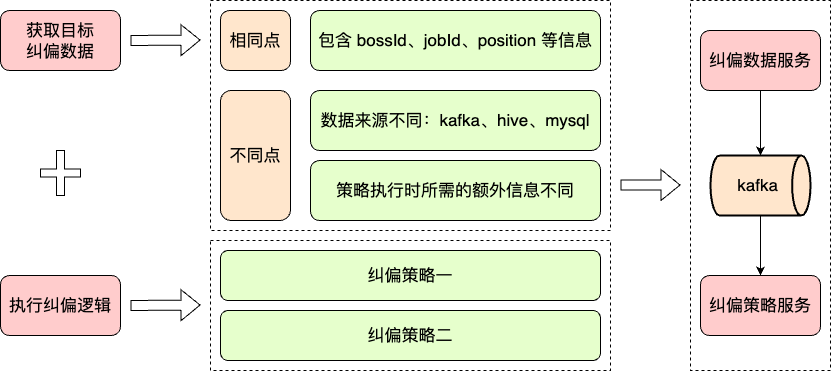
The draw.io diagram work-draw-file/纠偏之支持不同的纠偏策略.png in liujunao/draw-data, before a commit. Source tidied: cells renumbered, new cells last; positions are measured from the earlier drawing's top-left corner, leaving out a move shared by most shapes.
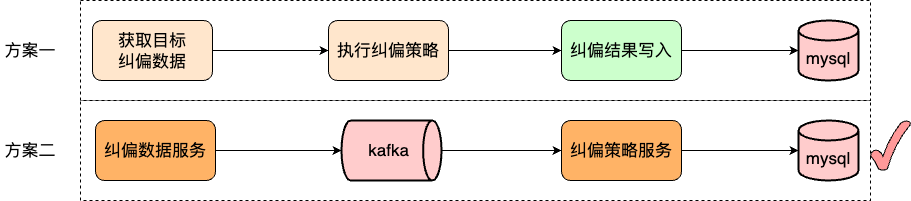
The same diagram one commit later.

Commit message:
更新纠偏之支持不同的纠偏策略.png

What changed in the source:
```diff
@@ -2,77 +2,62 @@
   <root>
     <mxCell id="0" />
     <mxCell id="1" parent="0" />
-    <mxCell id="2" style="rounded=0;whiteSpace=wrap;html=1;dashed=1;" parent="1" vertex="1">
-      <mxGeometry x="210" y="240" width="400" height="130" as="geometry" />
-    </mxCell>
+    <mxCell id="23" style="rounded=0;whiteSpace=wrap;html=1;dashed=1;" parent="1" vertex="1">
+      <mxGeometry x="80" y="50" width="790" height="100" as="geometry" />
+    </mxCell>
     <mxCell id="3" style="rounded=0;whiteSpace=wrap;html=1;dashed=1;" parent="1" vertex="1">
-      <mxGeometry x="690" width="140" height="370" as="geometry" />
+      <mxGeometry x="80" y="-50" width="790" height="100" as="geometry" />
     </mxCell>
-    <mxCell id="4" style="rounded=0;whiteSpace=wrap;html=1;dashed=1;" parent="1" vertex="1">
-      <mxGeometry x="210" width="400" height="230" as="geometry" />
-    </mxCell>
-    <mxCell id="5" value="&lt;font size=&quot;3&quot;&gt;获取目标&lt;br&gt;纠偏数据&lt;/font&gt;" style="rounded=1;whiteSpace=wrap;html=1;fillColor=#FFCCCC;" parent="1" vertex="1">
-      <mxGeometry y="10" width="120" height="60" as="geometry" />
-    </mxCell>
-    <mxCell id="6" value="&lt;font size=&quot;3&quot;&gt;执行纠偏逻辑&lt;/font&gt;" style="rounded=1;whiteSpace=wrap;html=1;fillColor=#FFCCCC;" parent="1" vertex="1">
-      <mxGeometry y="275" width="120" height="60" as="geometry" />
-    </mxCell>
-    <mxCell id="7" value="&lt;font size=&quot;3&quot;&gt;相同点&lt;/font&gt;" style="rounded=1;whiteSpace=wrap;html=1;fillColor=#FFE6CC;" parent="1" vertex="1">
-      <mxGeometry x="220" y="10" width="70" height="60" as="geometry" />
-    </mxCell>
-    <mxCell id="8" value="&lt;font size=&quot;3&quot;&gt;包含 bossId、jobId、position 等信息&lt;/font&gt;" style="rounded=1;whiteSpace=wrap;html=1;fillColor=#E6FFCC;" parent="1" vertex="1">
-      <mxGeometry x="310" y="10" width="290" height="60" as="geometry" />
-    </mxCell>
-    <mxCell id="9" value="&lt;font size=&quot;3&quot;&gt;不同点&lt;/font&gt;" style="rounded=1;whiteSpace=wrap;html=1;fillColor=#FFE6CC;" parent="1" vertex="1">
-      <mxGeometry x="220" y="90" width="70" height="130" as="geometry" />
-    </mxCell>
-    <mxCell id="10" value="&lt;font size=&quot;3&quot;&gt;数据来源不同：kafka、hive、mysql&lt;/font&gt;" style="rounded=1;whiteSpace=wrap;html=1;fillColor=#E6FFCC;" parent="1" vertex="1">
-      <mxGeometry x="310" y="90" width="290" height="60" as="geometry" />
-    </mxCell>
-    <mxCell id="11" value="&lt;font size=&quot;3&quot;&gt;策略执行时所需的额外信息不同&lt;/font&gt;" style="rounded=1;whiteSpace=wrap;html=1;fillColor=#E6FFCC;" parent="1" vertex="1">
-      <mxGeometry x="310" y="160" width="290" height="60" as="geometry" />
-    </mxCell>
-    <mxCell id="12" style="shape=flexArrow;endArrow=classic;html=1;rounded=0;" parent="1" edge="1">
-      <mxGeometry relative="1" as="geometry">
-        <mxPoint x="130" y="40" as="sourcePoint" />
-        <mxPoint x="200" y="39.5" as="targetPoint" />
-      </mxGeometry>
-    </mxCell>
-    <mxCell id="13" value="&lt;font size=&quot;3&quot;&gt;纠偏策略一&lt;/font&gt;" style="rounded=1;whiteSpace=wrap;html=1;fillColor=#E6FFCC;" parent="1" vertex="1">
-      <mxGeometry x="220" y="250" width="380" height="50" as="geometry" />
-    </mxCell>
-    <mxCell id="14" style="edgeStyle=orthogonalEdgeStyle;rounded=0;jettySize=auto;html=1;exitX=0.5;exitY=1;exitDx=0;exitDy=0;" parent="1" edge="1" source="15" target="17">
+    <mxCell id="14" style="edgeStyle=orthogonalEdgeStyle;rounded=0;jettySize=auto;html=1;exitX=1;exitY=0.5;exitDx=0;exitDy=0;" parent="1" edge="1" source="15" target="17">
       <mxGeometry relative="1" as="geometry" />
     </mxCell>
-    <mxCell id="15" value="&lt;font size=&quot;3&quot;&gt;纠偏数据服务&lt;/font&gt;" style="rounded=1;whiteSpace=wrap;html=1;fillColor=#FFCCCC;" parent="1" vertex="1">
-      <mxGeometry x="700" y="30" width="120" height="60" as="geometry" />
+    <mxCell id="15" value="&lt;font size=&quot;3&quot;&gt;纠偏数据服务&lt;/font&gt;" style="rounded=1;whiteSpace=wrap;html=1;fillColor=#FFB366;" parent="1" vertex="1">
+      <mxGeometry x="95" y="70" width="120" height="60" as="geometry" />
     </mxCell>
-    <mxCell id="16" style="edgeStyle=orthogonalEdgeStyle;rounded=0;jettySize=auto;html=1;" parent="1" edge="1" source="17" target="18">
+    <mxCell id="16" style="edgeStyle=orthogonalEdgeStyle;rounded=0;jettySize=auto;html=1;exitX=1;exitY=0.5;exitDx=0;exitDy=0;exitPerimeter=0;entryX=0;entryY=0.5;entryDx=0;entryDy=0;" parent="1" edge="1" source="17" target="18">
       <mxGeometry relative="1" as="geometry" />
     </mxCell>
-    <mxCell id="17" value="&lt;font size=&quot;3&quot;&gt;kafka&amp;nbsp;&lt;/font&gt;" style="strokeWidth=2;html=1;shape=mxgraph.flowchart.direct_data;whiteSpace=wrap;fillColor=#FFE6CC;" parent="1" vertex="1">
-      <mxGeometry x="710" y="155" width="100" height="60" as="geometry" />
+    <mxCell id="17" value="&lt;font size=&quot;3&quot;&gt;kafka&amp;nbsp;&lt;/font&gt;" style="strokeWidth=2;html=1;shape=mxgraph.flowchart.direct_data;whiteSpace=wrap;fillColor=#FFCCCC;" parent="1" vertex="1">
+      <mxGeometry x="341" y="70" width="100" height="60" as="geometry" />
     </mxCell>
+    <mxCell id="24" style="edgeStyle=orthogonalEdgeStyle;rounded=0;jettySize=auto;html=1;exitX=1;exitY=0.5;exitDx=0;exitDy=0;" parent="1" edge="1" source="18" target="31">
+      <mxGeometry relative="1" as="geometry" />
+    </mxCell>
-    <mxCell id="18" value="&lt;font size=&quot;3&quot;&gt;纠偏策略服务&lt;/font&gt;" style="rounded=1;whiteSpace=wrap;html=1;fillColor=#FFCCCC;" parent="1" vertex="1">
-      <mxGeometry x="700" y="275" width="120" height="60" as="geometry" />
+    <mxCell id="18" value="&lt;font size=&quot;3&quot;&gt;纠偏策略服务&lt;/font&gt;" style="rounded=1;whiteSpace=wrap;html=1;fillColor=#FFB366;" parent="1" vertex="1">
+      <mxGeometry x="561" y="70" width="120" height="60" as="geometry" />
     </mxCell>
-    <mxCell id="19" style="shape=flexArrow;endArrow=classic;html=1;rounded=0;" parent="1" edge="1">
-      <mxGeometry relative="1" as="geometry">
-        <mxPoint x="130" y="305" as="sourcePoint" />
-        <mxPoint x="200" y="304.5" as="targetPoint" />
-      </mxGeometry>
-    </mxCell>
-    <mxCell id="20" style="shape=flexArrow;endArrow=classic;html=1;rounded=0;" parent="1" edge="1">
-      <mxGeometry relative="1" as="geometry">
-        <mxPoint x="620" y="184.5" as="sourcePoint" />
-        <mxPoint x="680" y="184.5" as="targetPoint" />
-      </mxGeometry>
-    </mxCell>
-    <mxCell id="21" style="shape=cross;whiteSpace=wrap;html=1;size=0.2;" parent="1" vertex="1">
-      <mxGeometry x="40" y="150" width="40" height="45" as="geometry" />
-    </mxCell>
-    <mxCell id="22" value="&lt;font size=&quot;3&quot;&gt;纠偏策略二&lt;/font&gt;" style="rounded=1;whiteSpace=wrap;html=1;fillColor=#E6FFCC;" parent="1" vertex="1">
-      <mxGeometry x="220" y="310" width="380" height="50" as="geometry" />
-    </mxCell>
+    <mxCell id="25" style="edgeStyle=orthogonalEdgeStyle;rounded=0;jettySize=auto;html=1;exitX=1;exitY=0.5;exitDx=0;exitDy=0;" parent="1" edge="1" source="5" target="27">
+      <mxGeometry relative="1" as="geometry" />
+    </mxCell>
+    <mxCell id="5" value="&lt;font size=&quot;3&quot;&gt;获取目标&lt;br&gt;纠偏数据&lt;/font&gt;" style="rounded=1;whiteSpace=wrap;html=1;fillColor=#FFE6CC;" parent="1" vertex="1">
+      <mxGeometry x="92" y="-30" width="120" height="60" as="geometry" />
+    </mxCell>
+    <mxCell id="26" style="edgeStyle=orthogonalEdgeStyle;rounded=0;jettySize=auto;html=1;exitX=1;exitY=0.5;exitDx=0;exitDy=0;entryX=0;entryY=0.5;entryDx=0;entryDy=0;" parent="1" edge="1" source="27" target="29">
+      <mxGeometry relative="1" as="geometry" />
+    </mxCell>
+    <mxCell id="27" value="&lt;font size=&quot;3&quot;&gt;执行纠偏策略&lt;/font&gt;" style="rounded=1;whiteSpace=wrap;html=1;fillColor=#FFE6CC;" parent="1" vertex="1">
+      <mxGeometry x="328" y="-30" width="120" height="60" as="geometry" />
+    </mxCell>
+    <mxCell id="28" style="edgeStyle=orthogonalEdgeStyle;rounded=0;jettySize=auto;html=1;exitX=1;exitY=0.5;exitDx=0;exitDy=0;" parent="1" edge="1" source="29" target="30">
+      <mxGeometry relative="1" as="geometry" />
+    </mxCell>
+    <mxCell id="29" value="&lt;font size=&quot;3&quot;&gt;纠偏结果写入&lt;/font&gt;" style="rounded=1;whiteSpace=wrap;html=1;fillColor=#CCFFCC;" parent="1" vertex="1">
+      <mxGeometry x="561" y="-30" width="120" height="60" as="geometry" />
+    </mxCell>
+    <mxCell id="30" value="&lt;br&gt;&lt;font size=&quot;3&quot;&gt;mysql&lt;/font&gt;" style="strokeWidth=2;html=1;shape=mxgraph.flowchart.database;whiteSpace=wrap;fillColor=#FFCCCC;" parent="1" vertex="1">
+      <mxGeometry x="798" y="-30" width="60" height="60" as="geometry" />
+    </mxCell>
+    <mxCell id="31" value="&lt;br&gt;&lt;font size=&quot;3&quot;&gt;mysql&lt;/font&gt;" style="strokeWidth=2;html=1;shape=mxgraph.flowchart.database;whiteSpace=wrap;fillColor=#FFCCCC;" parent="1" vertex="1">
+      <mxGeometry x="798" y="70" width="60" height="60" as="geometry" />
+    </mxCell>
+    <mxCell id="32" value="&lt;font size=&quot;3&quot;&gt;方案一&lt;/font&gt;" style="text;html=1;strokeColor=none;fillColor=none;align=center;verticalAlign=middle;whiteSpace=wrap;rounded=0;" parent="1" vertex="1">
+      <mxGeometry y="-15" width="60" height="30" as="geometry" />
+    </mxCell>
+    <mxCell id="33" value="&lt;font size=&quot;3&quot;&gt;方案二&lt;/font&gt;" style="text;html=1;strokeColor=none;fillColor=none;align=center;verticalAlign=middle;whiteSpace=wrap;rounded=0;" parent="1" vertex="1">
+      <mxGeometry y="85" width="60" height="30" as="geometry" />
+    </mxCell>
+    <mxCell id="34" style="verticalLabelPosition=bottom;verticalAlign=top;html=1;shape=mxgraph.basic.tick;fillColor=#FF9999;" parent="1" vertex="1">
+      <mxGeometry x="870" y="70" width="40" height="50" as="geometry" />
+    </mxCell>
   </root>
 </mxGraphModel>
```
